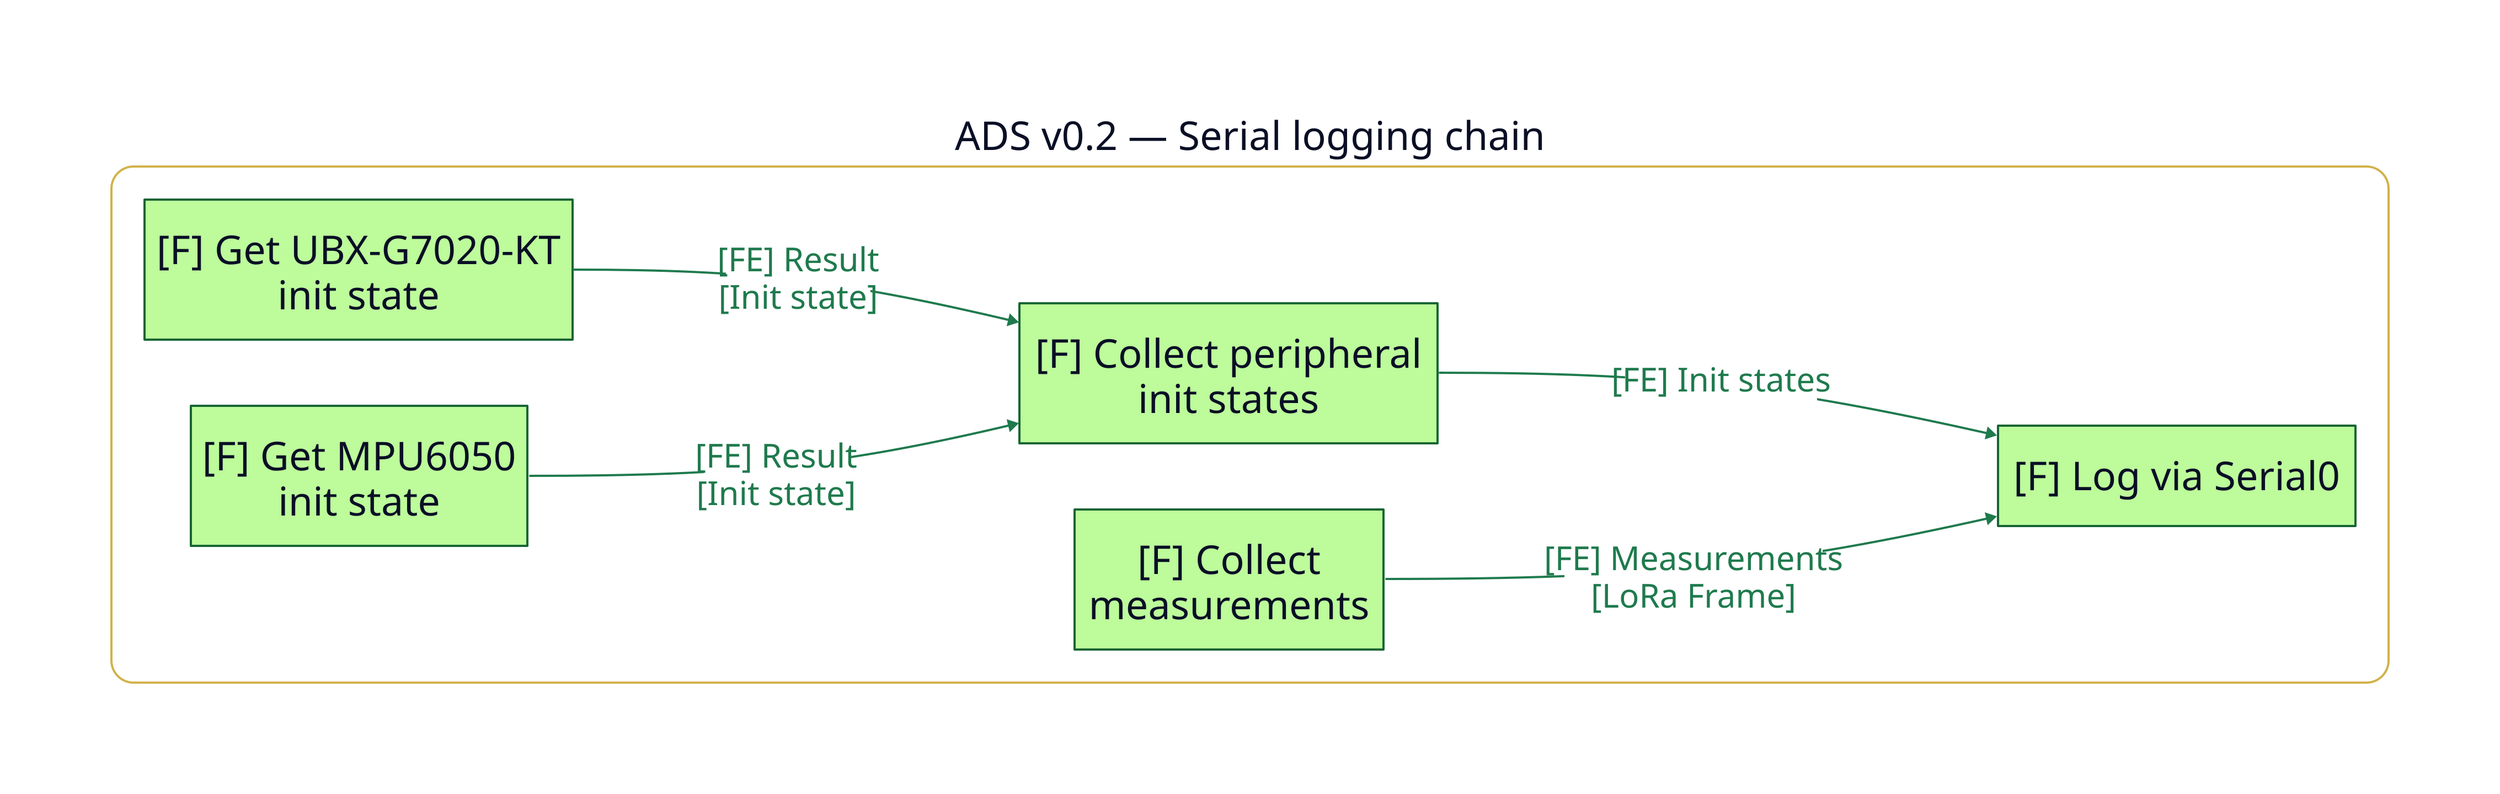
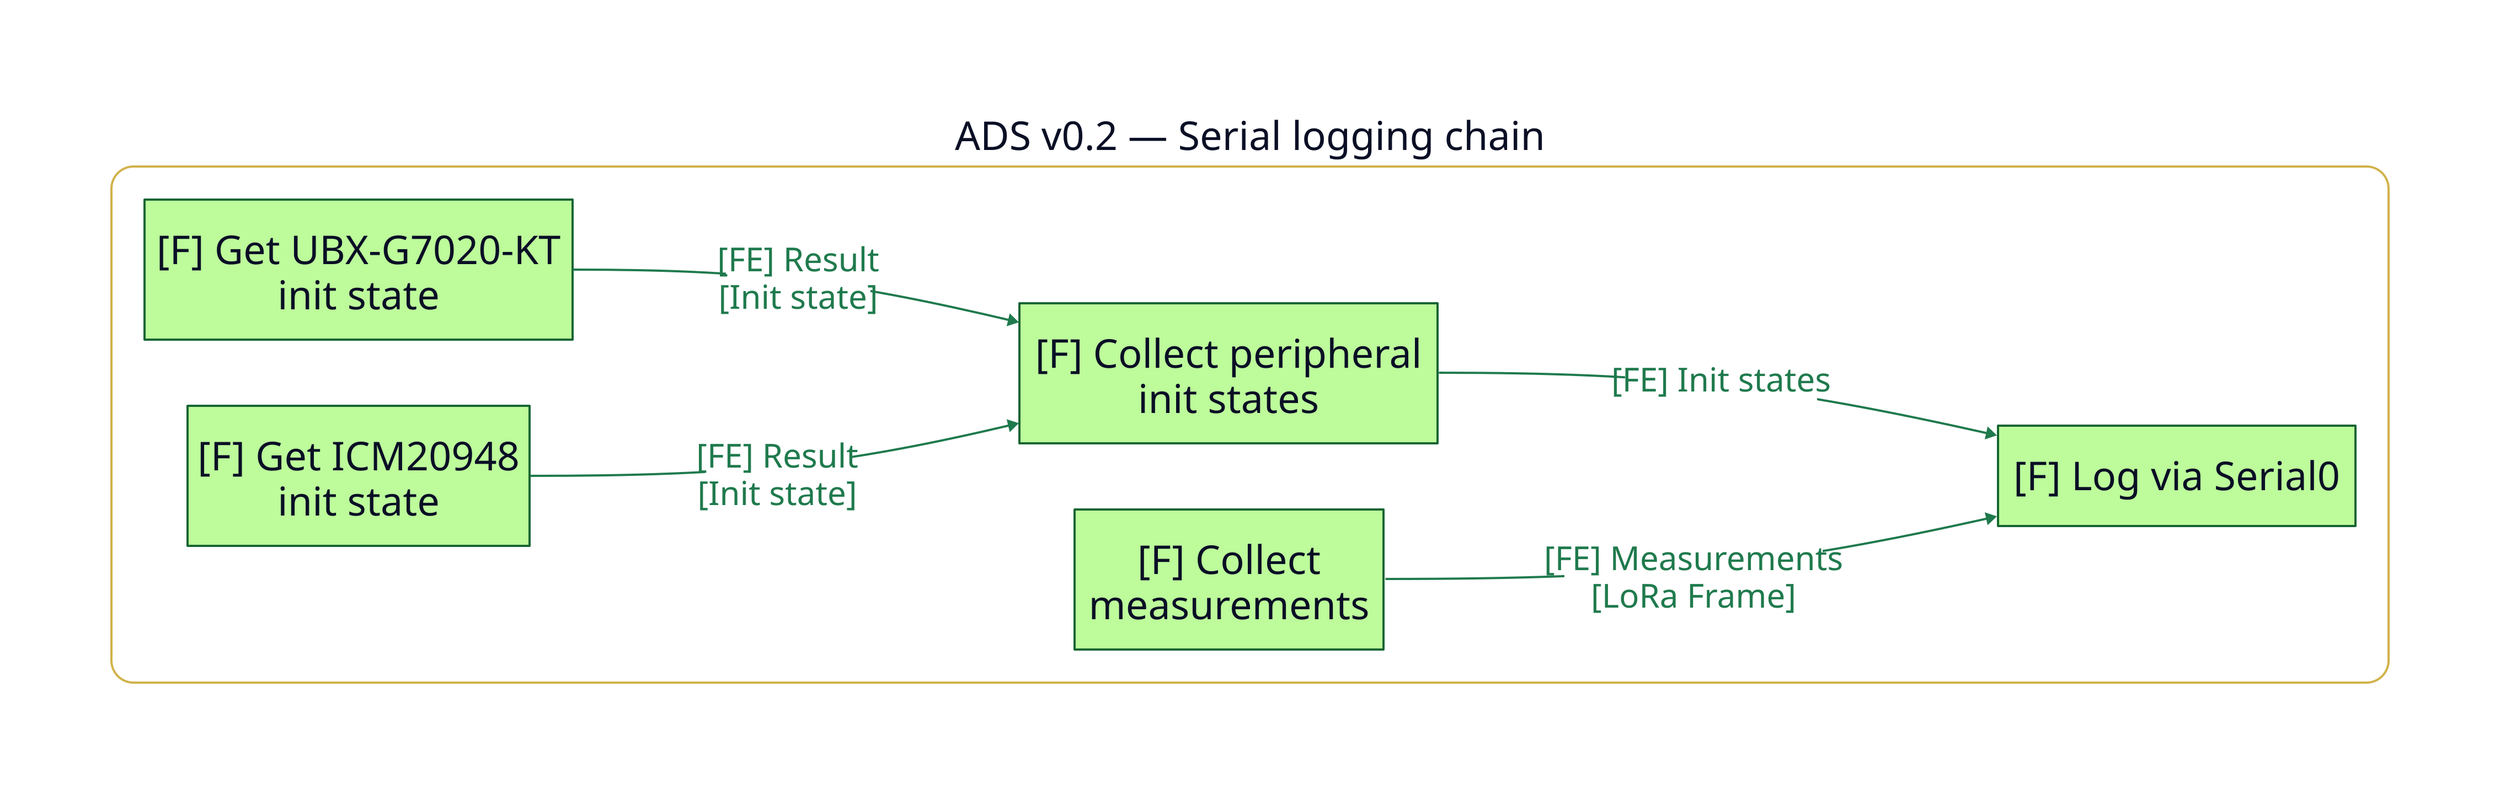
vars: {
  d2-config: {
    layout-engine: elk
  }
}

# Functional chain: initialisation-state and measurement logging over Serial0.
direction: right

classes: {
  func: {
    shape: rectangle
    style: { fill: "#BDFB9B"; stroke: "#166534"; stroke-width: 2; font-size: 36 }
  }
  lc: {
    style: {
      fill: "#A9C7E6"; stroke: "#5B65C9"; stroke-width: 2
      border-radius: 20; font-size: 40
    }
  }
  pc: {
    style: { fill: "#FFF8BF"; stroke: "#D1B24A"; stroke-width: 2; font-size: 40 }
  }
  sys: {
    style: { fill: "#E6E6E6"; stroke: "#9A9A9A"; stroke-width: 2; font-size: 48 }
  }
  ea: {
    shape: rectangle
    style: {
      fill: "#BFEAF4"; stroke: "#5B65C9"; stroke-width: 2
      border-radius: 20; font-size: 40
    }
  }
  note: { style: { fill: "#FFF5B0"; stroke: "#D1B24A"; font-size: 32 } }
  chain: {
    style: {
      fill: "#FFFFFF"; stroke: "#D1B24A"; stroke-width: 2
      border-radius: 20; font-size: 36
    }
  }
  fe:   { style: { stroke: "#1F7A4D"; font-color: "#1F7A4D"; stroke-width: 2; font-size: 30 } }
  ce:   { style: { stroke: "#5B65C9"; font-color: "#5B65C9"; stroke-width: 2; font-size: 30 } }
  pl:   { style: { stroke: "#E11D28"; font-color: "#E11D28"; stroke-width: 2; font-size: 30 } }
  cstr: { style: { stroke: "#333333"; stroke-dash: 3; font-size: 26 } }
}

chain: "ADS v0.2 — Serial logging chain" {
  class: chain
  direction: right

  get_ubx_init_state: "[F] Get UBX-G7020-KT\ninit state" { class: func }
-   get_mpu_init_state: "[F] Get MPU6050\ninit state" { class: func }
+   get_icm20948_init_state: "[F] Get ICM20948\ninit state" { class: func }
  collect_peripheral_init_states: "[F] Collect peripheral\ninit states" { class: func }
  collect_measurements: "[F] Collect\nmeasurements" { class: func }
  log_serial0: "[F] Log via Serial0" { class: func }
}

chain.get_ubx_init_state -> chain.collect_peripheral_init_states: "[FE] Result\n[Init state]" { class: fe }
- chain.get_mpu_init_state -> chain.collect_peripheral_init_states: "[FE] Result\n[Init state]" { class: fe }
+ chain.get_icm20948_init_state -> chain.collect_peripheral_init_states: "[FE] Result\n[Init state]" { class: fe }
chain.collect_peripheral_init_states -> chain.log_serial0: "[FE] Init states" { class: fe }
chain.collect_measurements -> chain.log_serial0: "[FE] Measurements\n[LoRa Frame]" { class: fe }
